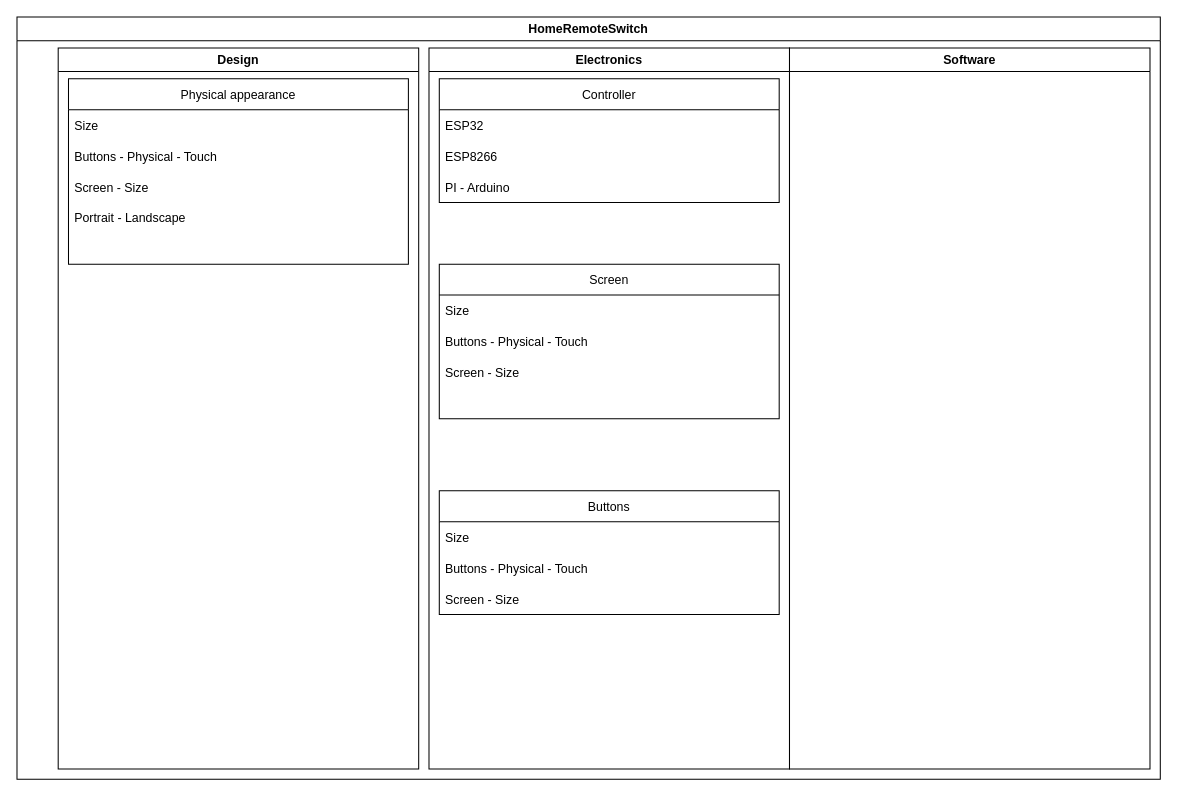
Before: HomeRemoteSwitch.drawio in houdaerttim/HomeRemoteSwitch, a draw.io diagram. Source tidied: cells renumbered, new cells numbered last; positions are measured from the earlier drawing's top-left corner, leaving out a move shared by most shapes. Both pictures are drawn from the tidied source at 103%, with x=0, y=0 at pixel (16, 16).
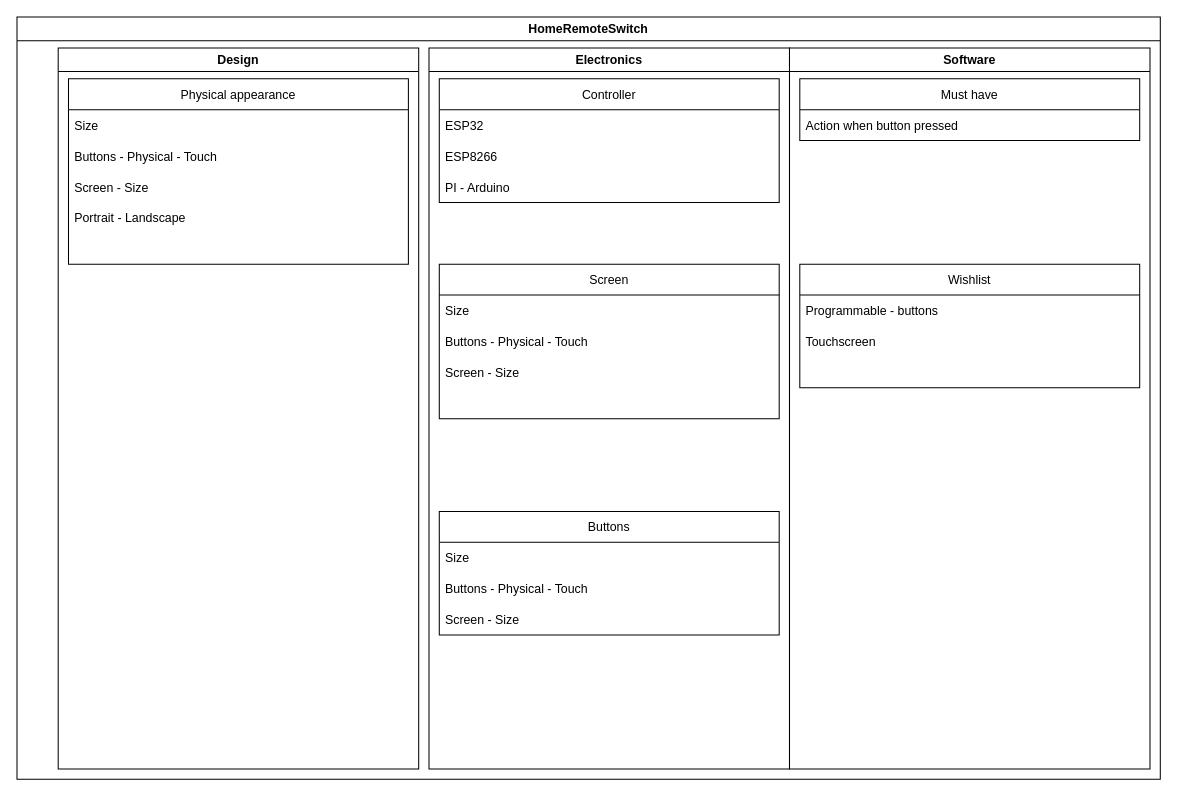
After the change.

The change refers to these unchanged cells:
```xml
<mxCell id="10" value="Electronics" style="swimlane;glass=0;" parent="2" vertex="1">
  <mxGeometry x="400" y="30" width="350" height="700" as="geometry" />
</mxCell>
<mxCell id="20" value="Software" style="swimlane;glass=0;" parent="2" vertex="1">
  <mxGeometry x="750" y="30" width="350" height="700" as="geometry" />
</mxCell>
```

Change to the diagram source:
```diff
@@
     <mxCell id="16" value="Buttons" style="swimlane;fontStyle=0;horizontal=1;startSize=30;glass=0;" parent="10" vertex="1">
-      <mxGeometry x="10" y="430" width="330" height="120" as="geometry" />
+      <mxGeometry x="10" y="450" width="330" height="120" as="geometry" />
     </mxCell>
@@
+    <mxCell id="25" value="Must have" style="swimlane;fontStyle=0;horizontal=1;startSize=30;glass=0;" parent="20" vertex="1">
+      <mxGeometry x="10" y="30" width="330" height="60" as="geometry" />
+    </mxCell>
+    <mxCell id="26" value="Action when button pressed" style="text;strokeColor=none;fillColor=none;align=left;verticalAlign=middle;spacingLeft=4;spacingRight=4;overflow=hidden;glass=0;" parent="25" vertex="1">
+      <mxGeometry y="30" width="330" height="30" as="geometry" />
+    </mxCell>
@@
+    <mxCell id="27" value="Wishlist" style="swimlane;fontStyle=0;horizontal=1;startSize=30;glass=0;" parent="1" vertex="1">
+      <mxGeometry x="760" y="240" width="330" height="120" as="geometry" />
+    </mxCell>
+    <mxCell id="28" value="Programmable - buttons" style="text;strokeColor=none;fillColor=none;align=left;verticalAlign=middle;spacingLeft=4;spacingRight=4;overflow=hidden;glass=0;" parent="27" vertex="1">
+      <mxGeometry y="30" width="330" height="30" as="geometry" />
+    </mxCell>
+    <mxCell id="29" value="Touchscreen" style="text;strokeColor=none;fillColor=none;align=left;verticalAlign=middle;spacingLeft=4;spacingRight=4;overflow=hidden;glass=0;" parent="27" vertex="1">
+      <mxGeometry y="60" width="330" height="30" as="geometry" />
+    </mxCell>
+    <mxCell id="30" style="text;strokeColor=none;fillColor=none;align=left;verticalAlign=middle;spacingLeft=4;spacingRight=4;overflow=hidden;glass=0;" parent="27" vertex="1">
+      <mxGeometry y="90" width="330" height="30" as="geometry" />
+    </mxCell>
```
